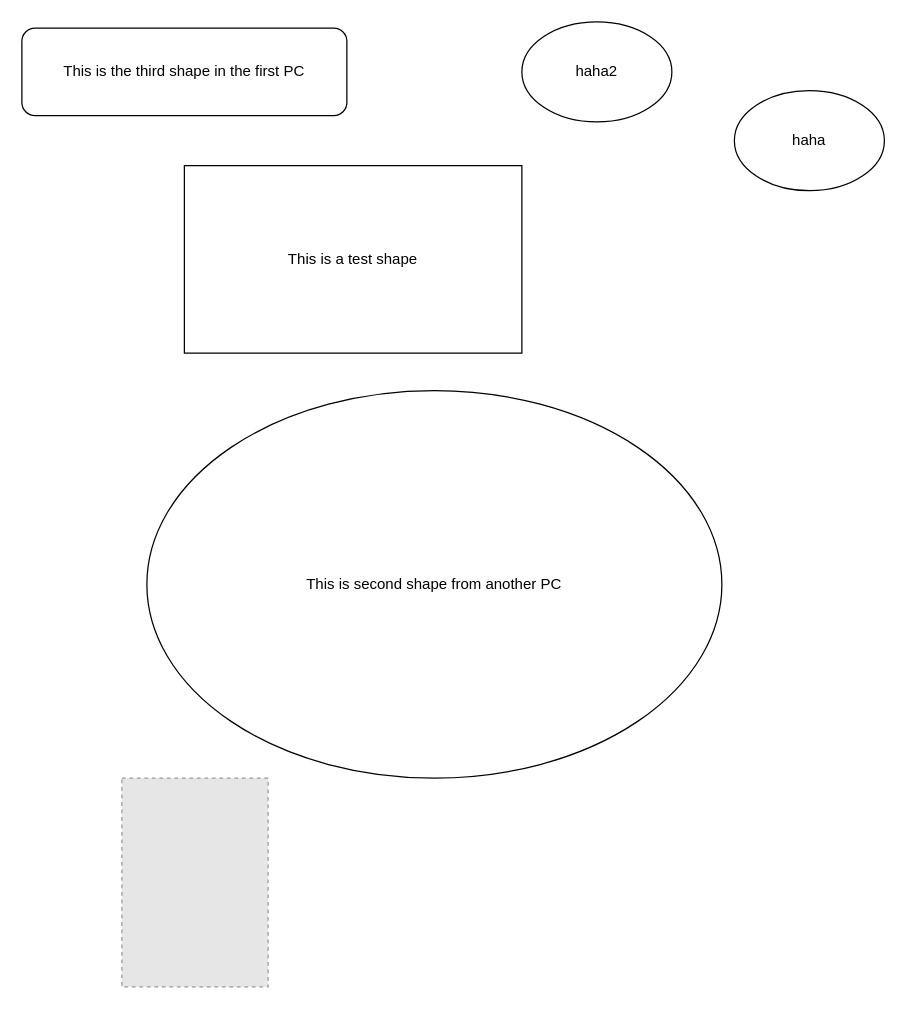
lhf552004/my-team-test-repo keeps this draw.io diagram as My-team-test-diagram.drawio. Above is the earlier version. Source tidied: cells renumbered, new cells numbered last; positions are measured from the earlier drawing's top-left corner, leaving out a move shared by most shapes. Both pictures are drawn from the tidied source at 125%, with x=0, y=0 at pixel (21, 21). Pictures stored in the file or linked from it are replaced by grey dashed boxes.
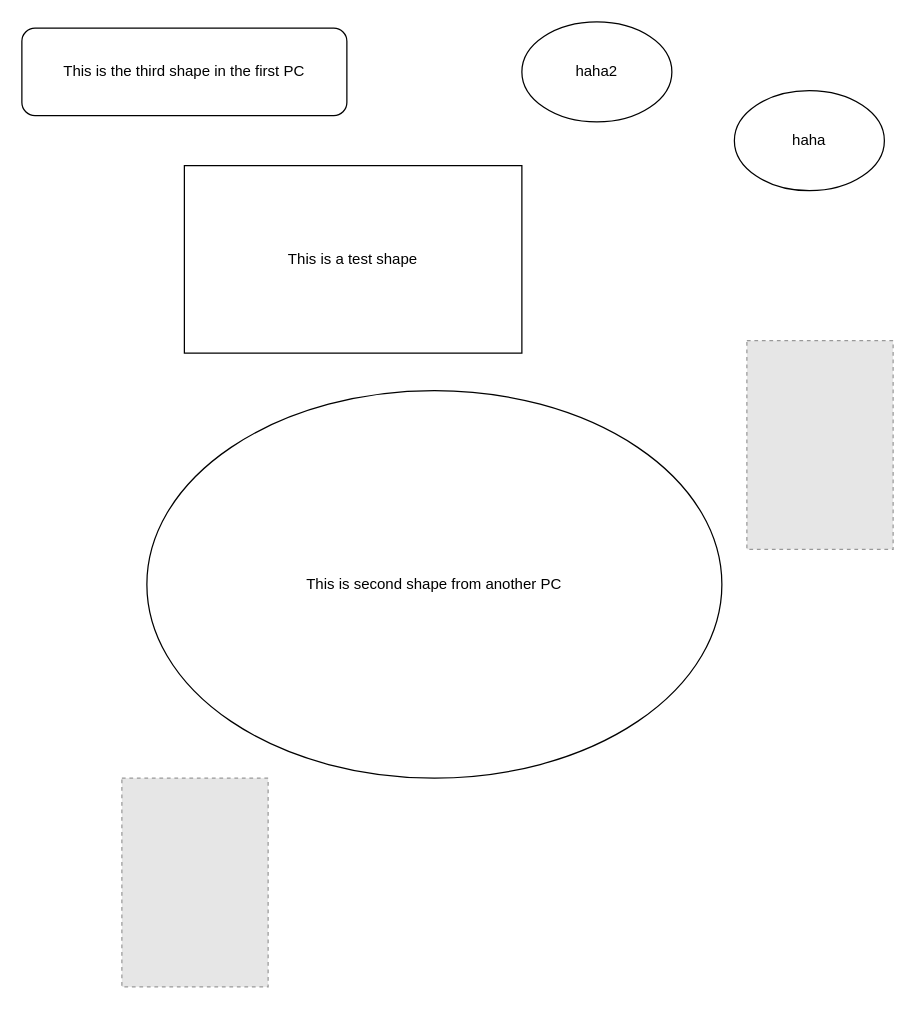
The same page after the edit.

Diff of the diagram source:
```diff
@@
 <mxGraphModel>
   <root>
     <mxCell id="0" />
     <mxCell id="1" parent="0" />
     <mxCell id="2" value="This is a test shape" style="rounded=0;whiteSpace=wrap;html=1;" parent="1" vertex="1">
       <mxGeometry x="130" y="115" width="270" height="150" as="geometry" />
     </mxCell>
     <mxCell id="3" value="This is the third shape in the first PC" style="rounded=1;whiteSpace=wrap;html=1;" parent="1" vertex="1">
       <mxGeometry y="5" width="260" height="70" as="geometry" />
     </mxCell>
     <mxCell id="4" value="This is second shape from another PC" style="ellipse;whiteSpace=wrap;html=1;" parent="1" vertex="1">
       <mxGeometry x="100" y="295" width="460" height="310" as="geometry" />
     </mxCell>
     <mxCell id="5" value="haha2" style="ellipse;whiteSpace=wrap;html=1;" parent="1" vertex="1">
       <mxGeometry x="400" width="120" height="80" as="geometry" />
     </mxCell>
     <mxCell id="6" value="haha" style="ellipse;whiteSpace=wrap;html=1;" parent="1" vertex="1">
       <mxGeometry x="570" y="55" width="120" height="80" as="geometry" />
     </mxCell>
     <mxCell id="7" value=" &lt;section&gt; &lt;h2&gt;&lt;br&gt;&lt;/h2&gt;&lt;/section&gt;" style="text;whiteSpace=wrap;html=1;" parent="1" vertex="1">
       <mxGeometry x="20" y="605" width="130" height="120" as="geometry" />
     </mxCell>
     <mxCell id="8" style="fillColor=#E6E6E6;strokeColor=#999999;dashed=1;verticalLabelPosition=bottom;labelBackgroundColor=default;verticalAlign=top;" parent="1" vertex="1">
       <mxGeometry x="80" y="605" width="117" height="167" as="geometry" />
     </mxCell>
+    <mxCell id="9" style="fillColor=#E6E6E6;strokeColor=#999999;dashed=1;verticalLabelPosition=bottom;verticalAlign=top;" parent="1" vertex="1">
+      <mxGeometry x="580" y="255" width="117" height="167" as="geometry" />
+    </mxCell>
   </root>
 </mxGraphModel>
```
